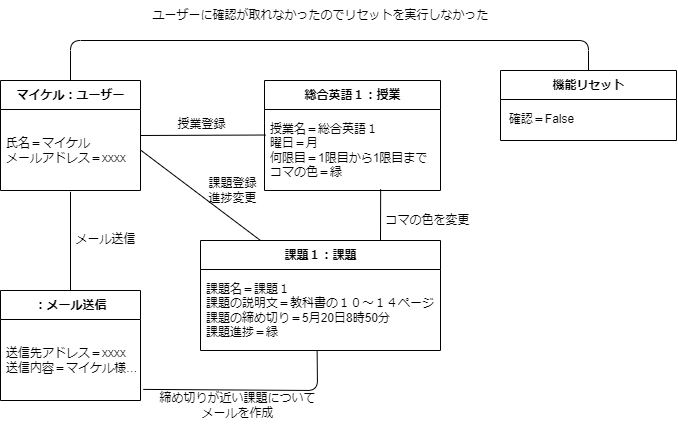
The draw.io diagram 構造図/オブジェクト図/オブジェクト図.drawio.png in masaki1234567/psp4, before a commit. Source tidied: cells renumbered, new cells last; positions are measured from the earlier drawing's top-left corner, leaving out a move shared by most shapes.
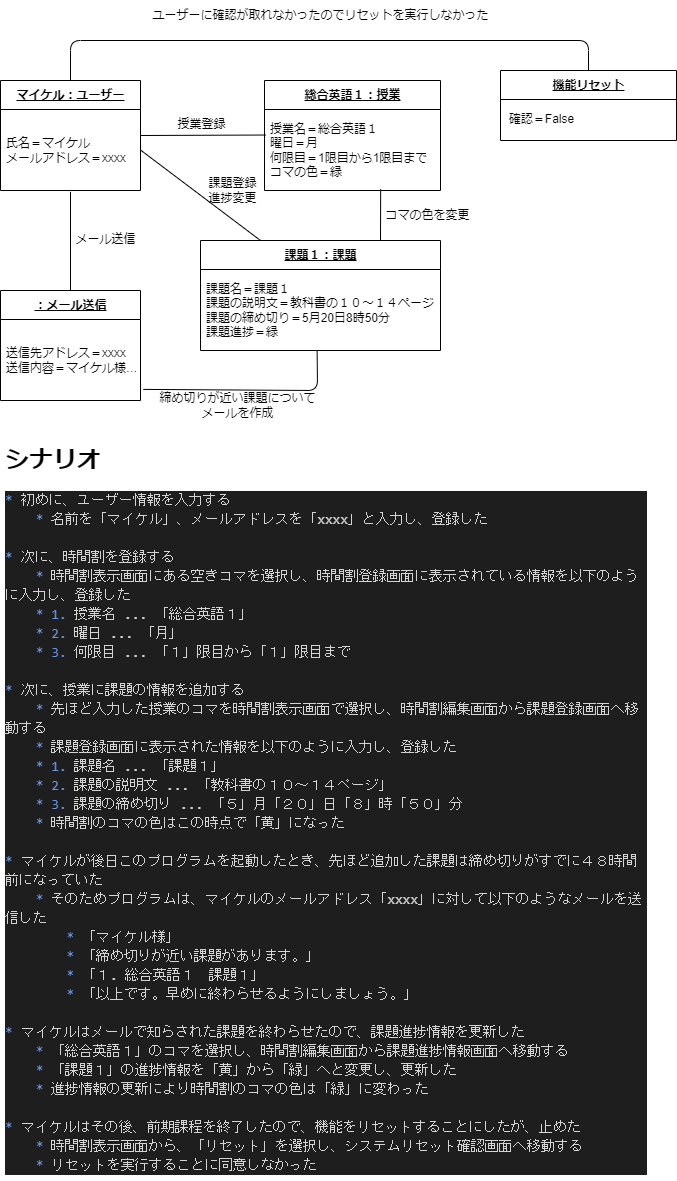
After the commit.

The edit, as a diff of the source:
```diff
@@ -13,7 +13,7 @@
         </Array>
       </mxGeometry>
     </mxCell>
-    <mxCell id="4" value="マイケル：ユーザー" style="swimlane;fontStyle=1;align=center;verticalAlign=middle;horizontal=1;startSize=29;html=1;" parent="1" vertex="1">
+    <mxCell id="4" value="&lt;u&gt;マイケル：ユーザー&lt;/u&gt;" style="swimlane;fontStyle=1;align=center;verticalAlign=middle;horizontal=1;startSize=29;html=1;" parent="1" vertex="1">
       <mxGeometry y="80" width="140" height="110" as="geometry" />
     </mxCell>
     <mxCell id="5" value="氏名＝マイケル&lt;br&gt;メールアドレス＝xxxx" style="text;html=1;strokeColor=none;fillColor=none;align=left;verticalAlign=middle;spacingLeft=4;spacingRight=4;overflow=hidden;points=[[0,0.5],[1,0.5]];portConstraint=eastwest;" parent="4" vertex="1">
@@ -22,13 +22,13 @@
     <mxCell id="6" style="edgeStyle=none;html=1;exitX=0.66;exitY=0.985;exitDx=0;exitDy=0;entryX=0.75;entryY=0;entryDx=0;entryDy=0;endArrow=none;endFill=0;exitPerimeter=0;" parent="1" edge="1" source="8" target="9">
       <mxGeometry relative="1" as="geometry" />
     </mxCell>
-    <mxCell id="7" value="総合英語１：授業" style="swimlane;fontStyle=1;align=center;verticalAlign=middle;horizontal=1;startSize=29;html=1;" parent="1" vertex="1">
+    <mxCell id="7" value="&lt;u&gt;総合英語１：授業&lt;/u&gt;" style="swimlane;fontStyle=1;align=center;verticalAlign=middle;horizontal=1;startSize=29;html=1;" parent="1" vertex="1">
       <mxGeometry x="264" y="80" width="176" height="110" as="geometry" />
     </mxCell>
     <mxCell id="8" value="授業名＝総合英語１&lt;br&gt;曜日＝月&lt;br&gt;何限目＝1限目から1限目まで&lt;br&gt;コマの色＝緑" style="text;html=1;strokeColor=none;fillColor=none;align=left;verticalAlign=middle;spacingLeft=4;spacingRight=4;overflow=hidden;points=[[0,0.5],[1,0.5]];portConstraint=eastwest;" parent="7" vertex="1">
       <mxGeometry y="29" width="176" height="81" as="geometry" />
     </mxCell>
-    <mxCell id="9" value="課題１：課題" style="swimlane;fontStyle=1;align=center;verticalAlign=middle;horizontal=1;startSize=29;html=1;" parent="1" vertex="1">
+    <mxCell id="9" value="&lt;u&gt;課題１：課題&lt;/u&gt;" style="swimlane;fontStyle=1;align=center;verticalAlign=middle;horizontal=1;startSize=29;html=1;" parent="1" vertex="1">
       <mxGeometry x="200" y="240" width="240" height="110" as="geometry" />
     </mxCell>
     <mxCell id="10" value="課題名＝課題１&lt;br&gt;課題の説明文＝教科書の１０～１４ページ&lt;br&gt;課題の締め切り＝5月20日8時50分&lt;br&gt;課題進捗＝緑" style="text;html=1;strokeColor=none;fillColor=none;align=left;verticalAlign=middle;spacingLeft=4;spacingRight=4;overflow=hidden;points=[[0,0.5],[1,0.5]];portConstraint=eastwest;" parent="9" vertex="1">
@@ -40,7 +40,7 @@
     <mxCell id="12" style="edgeStyle=none;html=1;exitX=0.5;exitY=0;exitDx=0;exitDy=0;entryX=0.5;entryY=1.016;entryDx=0;entryDy=0;entryPerimeter=0;endArrow=none;endFill=0;" parent="1" edge="1" source="13" target="5">
       <mxGeometry relative="1" as="geometry" />
     </mxCell>
-    <mxCell id="13" value="：メール送信" style="swimlane;fontStyle=1;align=center;verticalAlign=middle;horizontal=1;startSize=29;html=1;" parent="1" vertex="1">
+    <mxCell id="13" value="&lt;u&gt;：メール送信&lt;/u&gt;" style="swimlane;fontStyle=1;align=center;verticalAlign=middle;horizontal=1;startSize=29;html=1;" parent="1" vertex="1">
       <mxGeometry y="290" width="140" height="110" as="geometry" />
     </mxCell>
     <mxCell id="14" value="送信先アドレス＝xxxx&lt;br&gt;送信内容＝マイケル様…" style="text;html=1;strokeColor=none;fillColor=none;align=left;verticalAlign=middle;spacingLeft=4;spacingRight=4;overflow=hidden;points=[[0,0.5],[1,0.5]];portConstraint=eastwest;" parent="13" vertex="1">
@@ -55,7 +55,7 @@
     <mxCell id="17" value="メール送信" style="text;html=1;align=center;verticalAlign=middle;strokeColor=none;fillColor=none;" parent="1" vertex="1">
       <mxGeometry x="65" y="224" width="80" height="30" as="geometry" />
     </mxCell>
-    <mxCell id="18" value="機能リセット" style="swimlane;fontStyle=1;align=center;verticalAlign=middle;horizontal=1;startSize=29;html=1;" parent="1" vertex="1">
+    <mxCell id="18" value="&lt;u&gt;機能リセット&lt;/u&gt;" style="swimlane;fontStyle=1;align=center;verticalAlign=middle;horizontal=1;startSize=29;html=1;" parent="1" vertex="1">
       <mxGeometry x="500" y="70" width="176" height="70" as="geometry" />
     </mxCell>
     <mxCell id="19" value="ユーザーに確認が取れなかったのでリセットを実行しなかった" style="text;html=1;align=center;verticalAlign=middle;strokeColor=none;fillColor=none;" parent="1" vertex="1">
@@ -75,7 +75,10 @@
       <mxGeometry x="496" y="104" width="90" height="30" as="geometry" />
     </mxCell>
     <mxCell id="23" value="コマの色を変更" style="text;html=1;align=center;verticalAlign=middle;strokeColor=none;fillColor=none;" parent="1" vertex="1">
-      <mxGeometry x="372" y="205" width="110" height="30" as="geometry" />
+      <mxGeometry x="372" y="200" width="110" height="30" as="geometry" />
     </mxCell>
+    <mxCell id="24" value="&lt;h1&gt;シナリオ&lt;/h1&gt;&lt;div style=&quot;color: rgb(212, 212, 212); background-color: rgb(30, 30, 30); font-family: Consolas, &amp;quot;Courier New&amp;quot;, monospace; font-size: 14px; line-height: 19px;&quot;&gt;&lt;div&gt;&lt;span style=&quot;color: #6796e6;&quot;&gt;*&lt;/span&gt; 初めに、ユーザー情報を入力する&lt;/div&gt;&lt;div&gt;&amp;nbsp; &amp;nbsp; &lt;span style=&quot;color: #6796e6;&quot;&gt;*&lt;/span&gt; 名前を「マイケル」、メールアドレスを「xxxx」と入力し、登録した&lt;/div&gt;&lt;br&gt;&lt;div&gt;&lt;span style=&quot;color: #6796e6;&quot;&gt;*&lt;/span&gt; 次に、時間割を登録する&lt;/div&gt;&lt;div&gt;&amp;nbsp; &amp;nbsp; &lt;span style=&quot;color: #6796e6;&quot;&gt;*&lt;/span&gt; 時間割表示画面にある空きコマを選択し、時間割登録画面に表示されている情報を以下のように入力し、登録した&lt;/div&gt;&lt;div&gt;&amp;nbsp; &amp;nbsp; &lt;span style=&quot;color: #6796e6;&quot;&gt;*&lt;/span&gt; &lt;span style=&quot;color: #6796e6;&quot;&gt;1.&lt;/span&gt; 授業名 ... 「総合英語１」&lt;/div&gt;&lt;div&gt;&amp;nbsp; &amp;nbsp; &lt;span style=&quot;color: #6796e6;&quot;&gt;*&lt;/span&gt; &lt;span style=&quot;color: #6796e6;&quot;&gt;2.&lt;/span&gt; 曜日 ... 「月」&lt;/div&gt;&lt;div&gt;&amp;nbsp; &amp;nbsp; &lt;span style=&quot;color: #6796e6;&quot;&gt;*&lt;/span&gt; &lt;span style=&quot;color: #6796e6;&quot;&gt;3.&lt;/span&gt; 何限目 ... 「１」限目から「１」限目まで&lt;/div&gt;&lt;br&gt;&lt;div&gt;&lt;span style=&quot;color: #6796e6;&quot;&gt;*&lt;/span&gt; 次に、授業に課題の情報を追加する&lt;/div&gt;&lt;div&gt;&amp;nbsp; &amp;nbsp; &lt;span style=&quot;color: #6796e6;&quot;&gt;*&lt;/span&gt; 先ほど入力した授業のコマを時間割表示画面で選択し、時間割編集画面から課題登録画面へ移動する&lt;/div&gt;&lt;div&gt;&amp;nbsp; &amp;nbsp; &lt;span style=&quot;color: #6796e6;&quot;&gt;*&lt;/span&gt; 課題登録画面に表示された情報を以下のように入力し、登録した&lt;/div&gt;&lt;div&gt;&amp;nbsp; &amp;nbsp; &lt;span style=&quot;color: #6796e6;&quot;&gt;*&lt;/span&gt; &lt;span style=&quot;color: #6796e6;&quot;&gt;1.&lt;/span&gt; 課題名 ... 「課題１」&lt;/div&gt;&lt;div&gt;&amp;nbsp; &amp;nbsp; &lt;span style=&quot;color: #6796e6;&quot;&gt;*&lt;/span&gt; &lt;span style=&quot;color: #6796e6;&quot;&gt;2.&lt;/span&gt; 課題の説明文 ... 「教科書の１０～１４ページ」&lt;/div&gt;&lt;div&gt;&amp;nbsp; &amp;nbsp; &lt;span style=&quot;color: #6796e6;&quot;&gt;*&lt;/span&gt; &lt;span style=&quot;color: #6796e6;&quot;&gt;3.&lt;/span&gt; 課題の締め切り ... 「５」月「２０」日「８」時「５０」分&lt;/div&gt;&lt;div&gt;&amp;nbsp; &amp;nbsp; &lt;span style=&quot;color: #6796e6;&quot;&gt;*&lt;/span&gt; 時間割のコマの色はこの時点で「黄」になった&lt;/div&gt;&lt;br&gt;&lt;div&gt;&lt;span style=&quot;color: #6796e6;&quot;&gt;*&lt;/span&gt; マイケルが後日このプログラムを起動したとき、先ほど追加した課題は締め切りがすでに４８時間前になっていた&lt;/div&gt;&lt;div&gt;&amp;nbsp; &amp;nbsp; &lt;span style=&quot;color: #6796e6;&quot;&gt;*&lt;/span&gt; そのためプログラムは、マイケルのメールアドレス「xxxx」に対して以下のようなメールを送信した&lt;/div&gt;&lt;div&gt;&amp;nbsp; &amp;nbsp; &amp;nbsp; &amp;nbsp; &lt;span style=&quot;color: #6796e6;&quot;&gt;*&lt;/span&gt; 「マイケル様」&lt;/div&gt;&lt;div&gt;&amp;nbsp; &amp;nbsp; &amp;nbsp; &amp;nbsp; &lt;span style=&quot;color: #6796e6;&quot;&gt;*&lt;/span&gt; 「締め切りが近い課題があります。」&lt;/div&gt;&lt;div&gt;&amp;nbsp; &amp;nbsp; &amp;nbsp; &amp;nbsp; &lt;span style=&quot;color: #6796e6;&quot;&gt;*&lt;/span&gt; 「１. 総合英語１　課題１」&lt;/div&gt;&lt;div&gt;&amp;nbsp; &amp;nbsp; &amp;nbsp; &amp;nbsp; &lt;span style=&quot;color: #6796e6;&quot;&gt;*&lt;/span&gt; 「以上です。早めに終わらせるようにしましょう。」&lt;/div&gt;&lt;br&gt;&lt;div&gt;&lt;span style=&quot;color: #6796e6;&quot;&gt;*&lt;/span&gt; マイケルはメールで知らされた課題を終わらせたので、課題進捗情報を更新した&lt;/div&gt;&lt;div&gt;&amp;nbsp; &amp;nbsp; &lt;span style=&quot;color: #6796e6;&quot;&gt;*&lt;/span&gt; 「総合英語１」のコマを選択し、時間割編集画面から課題進捗情報画面へ移動する&lt;/div&gt;&lt;div&gt;&amp;nbsp; &amp;nbsp; &lt;span style=&quot;color: #6796e6;&quot;&gt;*&lt;/span&gt; 「課題１」の進捗情報を「黄」から「緑」へと変更し、更新した&lt;/div&gt;&lt;div&gt;&amp;nbsp; &amp;nbsp; &lt;span style=&quot;color: #6796e6;&quot;&gt;*&lt;/span&gt; 進捗情報の更新により時間割のコマの色は「緑」に変わった&lt;/div&gt;&lt;br&gt;&lt;div&gt;&lt;span style=&quot;color: #6796e6;&quot;&gt;*&lt;/span&gt; マイケルはその後、前期課程を終了したので、機能をリセットすることにしたが、止めた&lt;/div&gt;&lt;div&gt;&amp;nbsp; &amp;nbsp; &lt;span style=&quot;color: #6796e6;&quot;&gt;*&lt;/span&gt; 時間割表示画面から、「リセット」を選択し、システムリセット確認画面へ移動する&lt;/div&gt;&lt;div&gt;&amp;nbsp; &amp;nbsp; &lt;span style=&quot;color: #6796e6;&quot;&gt;*&lt;/span&gt; リセットを実行することに同意しなかった&lt;/div&gt;&lt;/div&gt;" style="text;html=1;strokeColor=none;fillColor=none;spacing=5;spacingTop=-20;whiteSpace=wrap;overflow=hidden;rounded=0;" parent="1" vertex="1">
+      <mxGeometry y="440" width="650" height="740" as="geometry" />
+    </mxCell>
   </root>
 </mxGraphModel>
```
